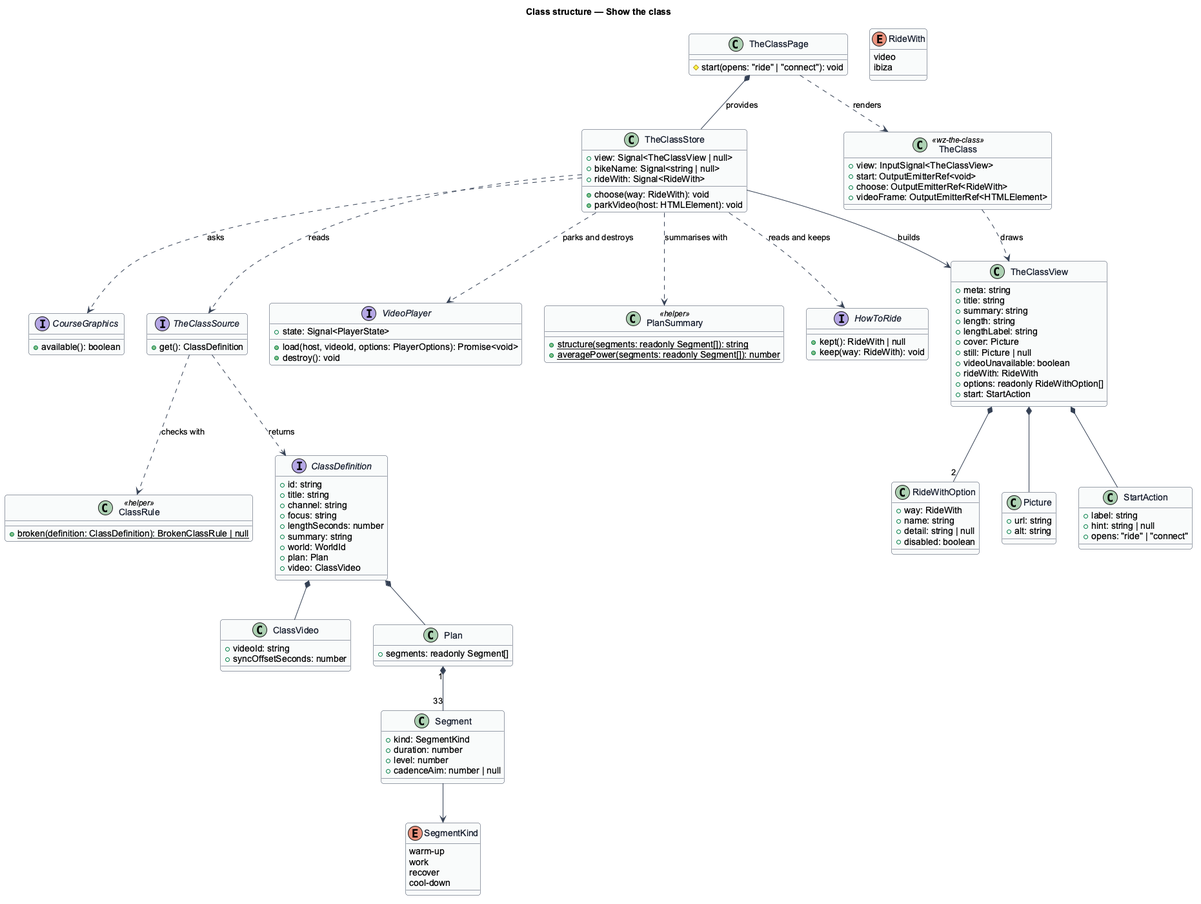
Earlier version of the PlantUML export docs/detailed-designs/the-class/show-the-class/diagrams/class-structure.png (QuinntyneBrown/ride-one). Its diagram source:
```plantuml
@startuml
skinparam backgroundColor #FFFFFF
skinparam shadowing false
skinparam roundcorner 8
skinparam defaultFontName Arial
skinparam ArrowColor #344054
skinparam class {
  BorderColor #344054
  FontColor #101828
  BackgroundColor #F9FAFB
}
title Class structure — Show the class

interface ClassDefinition {
  +id: string
  +title: string
  +channel: string
  +focus: string
  +lengthSeconds: number
  +summary: string
  +world: WorldId
  +plan: Plan
  +video: ClassVideo
}
class ClassVideo {
  +videoId: string
  +syncOffsetSeconds: number
}
class Plan {
  +segments: readonly Segment[]
}
class Segment {
  +kind: SegmentKind
  +duration: number
  +level: number
  +cadenceAim: number | null
}
enum SegmentKind {
  warm-up
  work
  recover
  cool-down
}
interface TheClassSource {
  +get(): ClassDefinition
}
class ClassRule <<helper>> {
  +{static} broken(definition: ClassDefinition): BrokenClassRule | null
}
class PlanSummary <<helper>> {
  +{static} structure(segments: readonly Segment[]): string
  +{static} averagePower(segments: readonly Segment[]): number
}
class TheClassStore {
  +view: Signal<TheClassView | null>
  +bikeName: Signal<string | null>
  +rideWith: Signal<RideWith>
  +choose(way: RideWith): void
  +parkVideo(host: HTMLElement): void
}
interface HowToRide {
  +kept(): RideWith | null
  +keep(way: RideWith): void
}
interface CourseGraphics {
  +available(): boolean
}
enum RideWith {
  video
  ibiza
}
class TheClassView {
  +meta: string
  +title: string
  +summary: string
  +length: string
  +lengthLabel: string
  +cover: Picture
  +still: Picture | null
  +videoUnavailable: boolean
  +rideWith: RideWith
  +options: readonly RideWithOption[]
  +start: StartAction
}
class RideWithOption {
  +way: RideWith
  +name: string
  +detail: string | null
  +disabled: boolean
}
class Picture {
  +url: string
  +alt: string
}
class StartAction {
  +label: string
  +hint: string | null
  +opens: "ride" | "connect"
}
class TheClass <<wz-the-class>> {
  +view: InputSignal<TheClassView>
  +start: OutputEmitterRef<void>
  +choose: OutputEmitterRef<RideWith>
  +videoFrame: OutputEmitterRef<HTMLElement>
}
class TheClassPage {
  #start(opens: "ride" | "connect"): void
}
interface VideoPlayer {
  +state: Signal<PlayerState>
  +load(host, videoId, options: PlayerOptions): Promise<void>
  +destroy(): void
}

TheClassSource ..> ClassDefinition : returns
TheClassSource ..> ClassRule : checks with
ClassDefinition *-- Plan
ClassDefinition *-- ClassVideo
Plan "1" *-- "33" Segment
Segment --> SegmentKind
TheClassStore ..> TheClassSource : reads
TheClassStore ..> PlanSummary : summarises with
TheClassStore --> TheClassView : builds
TheClassStore ..> VideoPlayer : parks and destroys
TheClassView *-- StartAction
TheClassView *-- "2" RideWithOption
TheClassView *-- Picture
TheClassStore ..> HowToRide : reads and keeps
TheClassStore ..> CourseGraphics : asks
TheClassPage *-- TheClassStore : provides
TheClassPage ..> TheClass : renders
TheClass ..> TheClassView : draws
@enduml
```
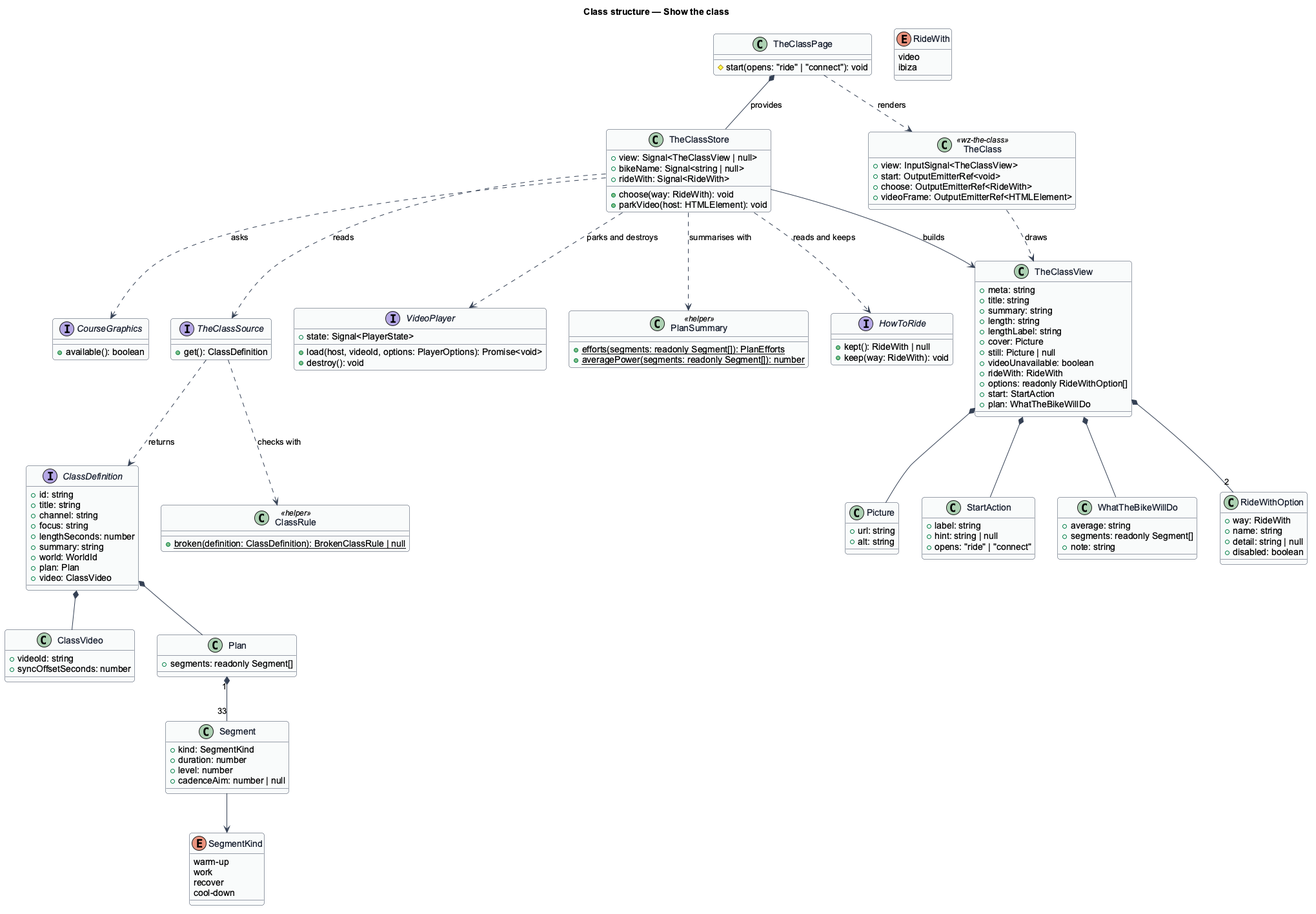
After the commit.

Change to the diagram source:
```diff
@@ -48,7 +48,7 @@
   +{static} broken(definition: ClassDefinition): BrokenClassRule | null
 }
 class PlanSummary <<helper>> {
-  +{static} structure(segments: readonly Segment[]): string
+  +{static} efforts(segments: readonly Segment[]): PlanEfforts
   +{static} averagePower(segments: readonly Segment[]): number
 }
 class TheClassStore {
@@ -81,6 +81,12 @@
   +rideWith: RideWith
   +options: readonly RideWithOption[]
   +start: StartAction
+  +plan: WhatTheBikeWillDo
+}
+class WhatTheBikeWillDo {
+  +average: string
+  +segments: readonly Segment[]
+  +note: string
 }
 class RideWithOption {
   +way: RideWith
@@ -120,6 +126,7 @@
 Segment --> SegmentKind
 TheClassStore ..> TheClassSource : reads
 TheClassStore ..> PlanSummary : summarises with
+TheClassView *-- WhatTheBikeWillDo
 TheClassStore --> TheClassView : builds
 TheClassStore ..> VideoPlayer : parks and destroys
 TheClassView *-- StartAction
```
